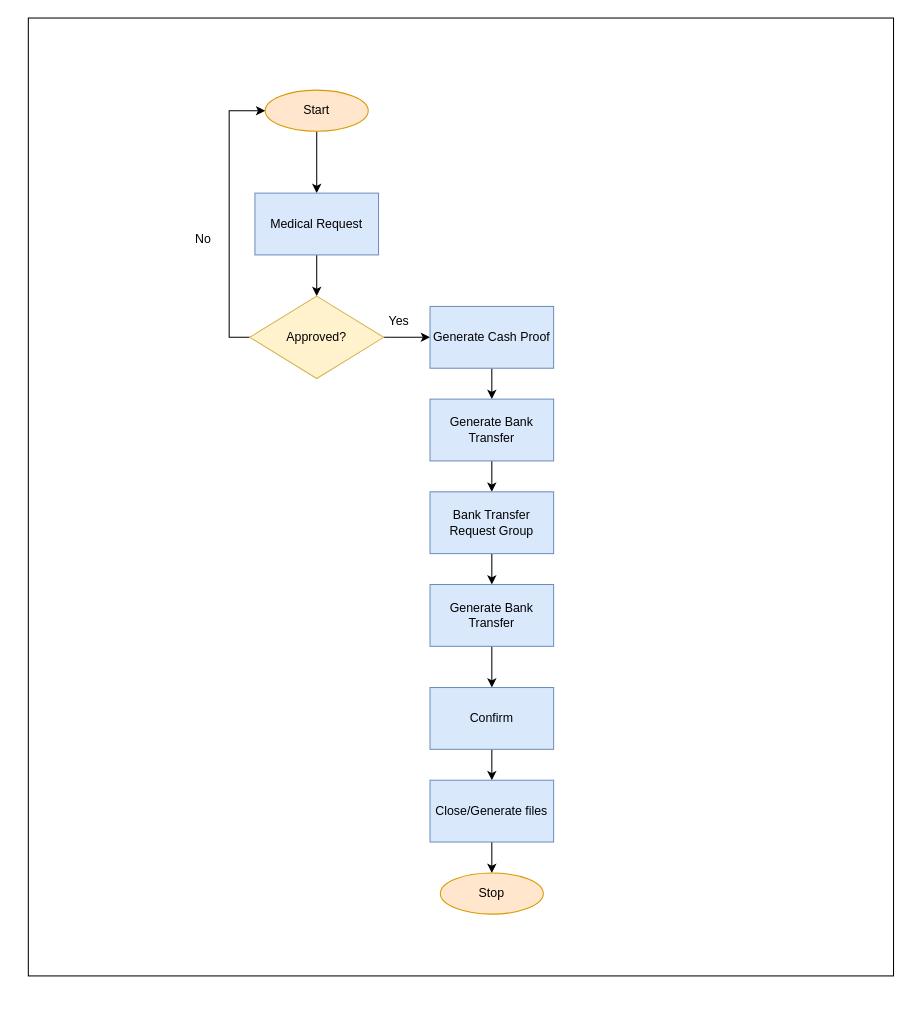
This is btr.drawio from jezreelkosasih/diagram, a draw.io file, before an edit. Source tidied: cells renumbered, new cells numbered last; positions are measured from the earlier drawing's top-left corner, leaving out a move shared by most shapes. Both pictures are drawn from the tidied source at 103%, with x=0, y=0 at pixel (28, 18).
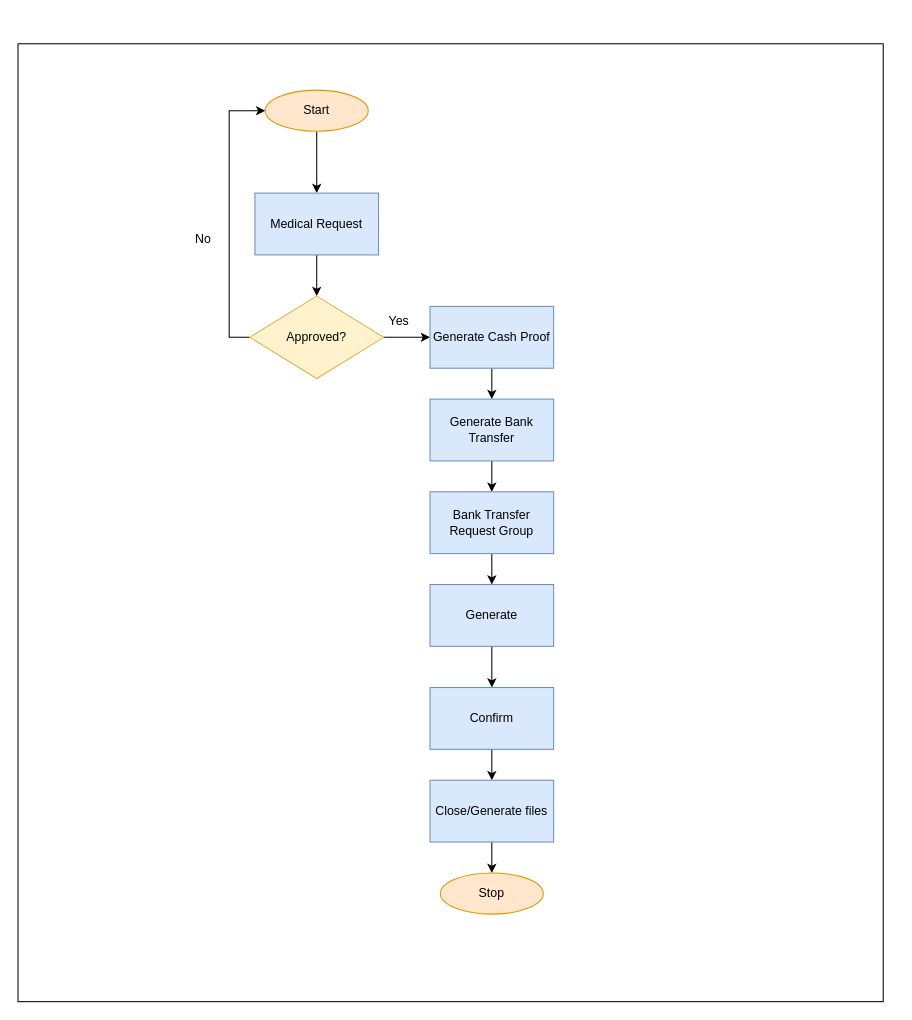
After the change.

Change to the diagram source:
```diff
@@
-    <mxCell id="16" value="Generate Bank Transfer" style="rounded=0;whiteSpace=wrap;html=1;fillColor=#dae8fc;strokeColor=#6c8ebf;" parent="1" vertex="1">
+    <mxCell id="16" value="Generate" style="rounded=0;whiteSpace=wrap;html=1;fillColor=#dae8fc;strokeColor=#6c8ebf;" parent="1" vertex="1">
       <mxGeometry x="390" y="550" width="120" height="60" as="geometry" />
     </mxCell>
@@
     <mxCell id="24" style="rounded=0;whiteSpace=wrap;html=1;fillColor=none;" parent="1" vertex="1">
-      <mxGeometry width="840" height="930" as="geometry" />
+      <mxGeometry x="-10" y="25" width="840" height="930" as="geometry" />
     </mxCell>
```
